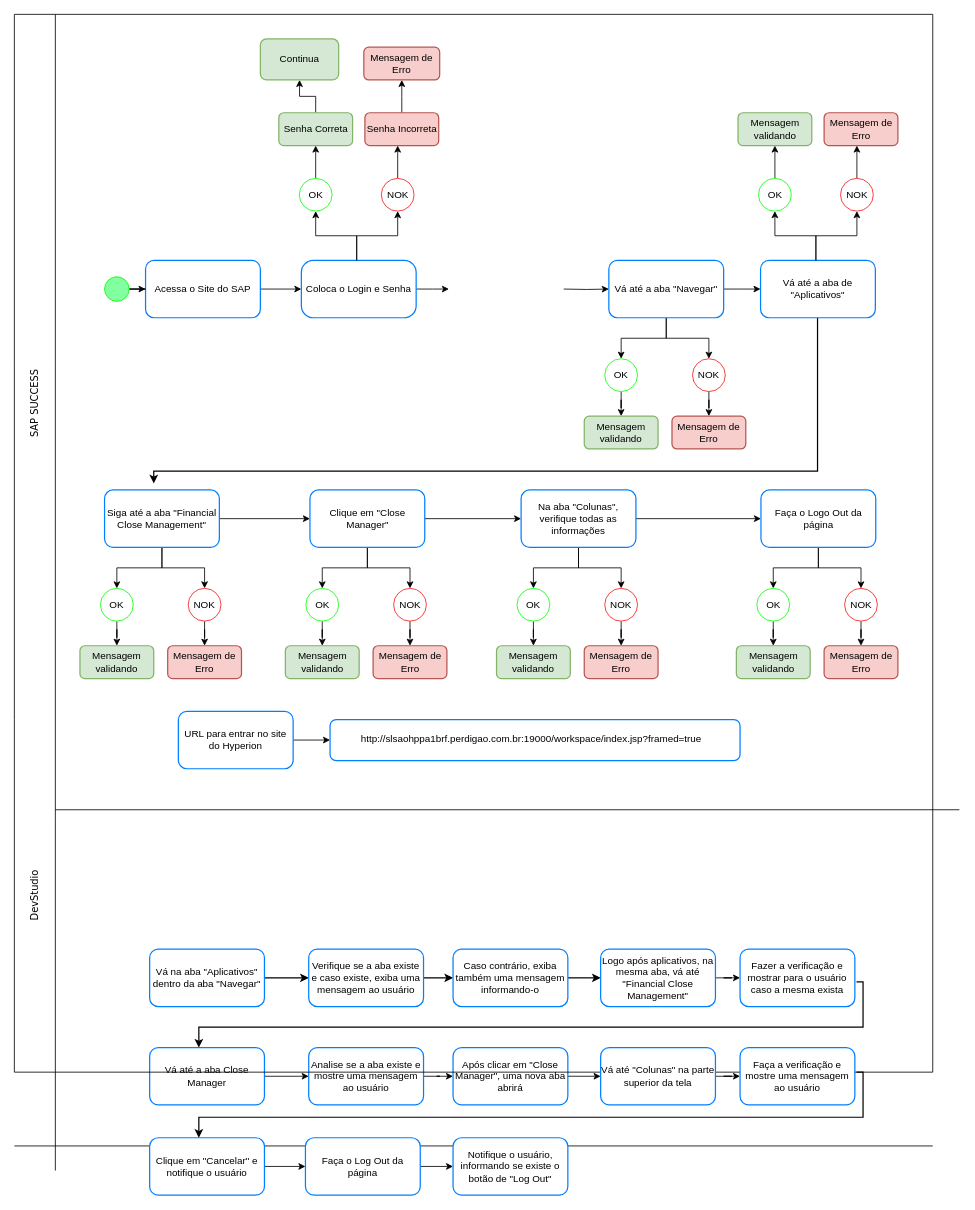
Earlier version of the draw.io diagram Diagrama detalhado - RCT087.drawio (leopartika/Meus-Projetos). Source tidied: cells renumbered, new cells numbered last; positions are measured from the earlier drawing's top-left corner, leaving out a move shared by most shapes. Both pictures are drawn from the tidied source at 82%, with x=0, y=0 at pixel (-11, 14).
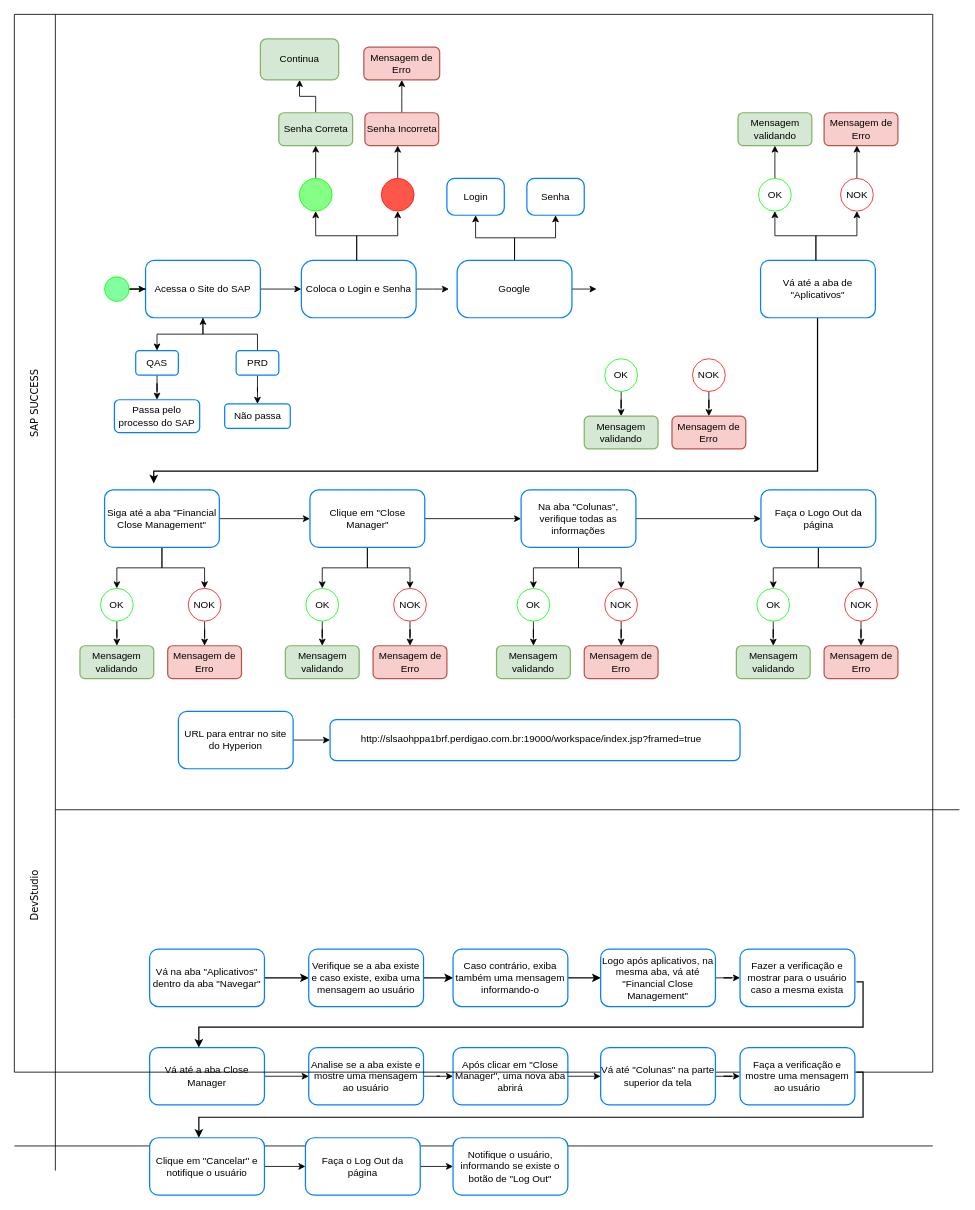
The same page after the edit.

Unchanged cells that the change refers to:
```xml
<mxCell id="4" value="Acessa o Site do SAP" style="rounded=1;whiteSpace=wrap;html=1;strokeColor=#007FFF;strokeWidth=1.5;" parent="1" vertex="1">
  <mxGeometry x="190" y="300" width="140" height="70" as="geometry" />
</mxCell>
```

The edit, as a diff of the source:
```diff
@@
+    <mxCell id="122" style="edgeStyle=orthogonalEdgeStyle;rounded=0;jettySize=auto;html=1;" parent="1" edge="1" source="4" target="124">
+      <mxGeometry relative="1" as="geometry" />
+    </mxCell>
@@
-    <mxCell id="7" style="edgeStyle=orthogonalEdgeStyle;rounded=0;jettySize=auto;html=1;" parent="1" edge="1" target="12">
-      <mxGeometry relative="1" as="geometry">
-        <mxPoint x="700" y="335" as="sourcePoint" />
-      </mxGeometry>
-    </mxCell>
@@
-    <mxCell id="9" style="edgeStyle=orthogonalEdgeStyle;rounded=0;jettySize=auto;html=1;entryX=0.5;entryY=0;entryDx=0;entryDy=0;" parent="1" edge="1" source="12" target="68">
-      <mxGeometry relative="1" as="geometry">
-        <Array as="points">
-          <mxPoint x="825" y="395" />
-          <mxPoint x="770" y="395" />
-        </Array>
-      </mxGeometry>
-    </mxCell>
-    <mxCell id="10" style="edgeStyle=orthogonalEdgeStyle;rounded=0;jettySize=auto;html=1;" parent="1" edge="1" source="12">
-      <mxGeometry relative="1" as="geometry">
-        <mxPoint x="940" y="335" as="targetPoint" />
-      </mxGeometry>
-    </mxCell>
-    <mxCell id="11" style="edgeStyle=orthogonalEdgeStyle;rounded=0;jettySize=auto;html=1;" parent="1" edge="1" source="12" target="70">
-      <mxGeometry relative="1" as="geometry" />
-    </mxCell>
-    <mxCell id="12" value="Vá até a aba &quot;Navegar&quot;" style="rounded=1;whiteSpace=wrap;html=1;strokeColor=#007FFF;strokeWidth=1.5;" parent="1" vertex="1">
-      <mxGeometry x="755" y="300" width="140" height="70" as="geometry" />
-    </mxCell>
@@
-    <mxCell id="59" value="OK" style="ellipse;whiteSpace=wrap;html=1;strokeColor=#0aff0a;" parent="1" vertex="1">
+    <mxCell id="59" style="ellipse;whiteSpace=wrap;html=1;strokeColor=#0aff0a;fillColor=#85FF85;" parent="1" vertex="1">
       <mxGeometry x="377.5" y="200" width="40" height="40" as="geometry" />
     </mxCell>
@@
-    <mxCell id="64" value="NOK" style="ellipse;whiteSpace=wrap;html=1;strokeColor=#f71818;" parent="1" vertex="1">
+    <mxCell id="64" style="ellipse;whiteSpace=wrap;html=1;strokeColor=#f71818;fillColor=#FF564A;" parent="1" vertex="1">
       <mxGeometry x="477.5" y="200" width="40" height="40" as="geometry" />
     </mxCell>
@@
-    <mxCell id="67" style="edgeStyle=orthogonalEdgeStyle;rounded=0;jettySize=auto;html=1;" parent="1" edge="1" source="68" target="71">
-      <mxGeometry relative="1" as="geometry" />
-    </mxCell>
-    <mxCell id="68" value="OK" style="ellipse;whiteSpace=wrap;html=1;strokeColor=#0aff0a;" parent="1" vertex="1">
-      <mxGeometry x="750" y="420" width="40" height="40" as="geometry" />
-    </mxCell>
-    <mxCell id="69" style="edgeStyle=orthogonalEdgeStyle;rounded=0;jettySize=auto;html=1;" parent="1" edge="1" source="70" target="72">
-      <mxGeometry relative="1" as="geometry" />
-    </mxCell>
-    <mxCell id="70" value="NOK" style="ellipse;whiteSpace=wrap;html=1;strokeColor=#f71818;" parent="1" vertex="1">
-      <mxGeometry x="857" y="420" width="40" height="40" as="geometry" />
-    </mxCell>
-    <mxCell id="71" value="Mensagem validando" style="whiteSpace=wrap;html=1;strokeColor=#82b366;rounded=1;strokeWidth=1.5;fillColor=#d5e8d4;" parent="1" vertex="1">
-      <mxGeometry x="725" y="490" width="90" height="40" as="geometry" />
-    </mxCell>
-    <mxCell id="72" value="Mensagem de Erro" style="whiteSpace=wrap;html=1;strokeColor=#b85450;rounded=1;strokeWidth=1.5;fillColor=#f8cecc;" parent="1" vertex="1">
-      <mxGeometry x="832" y="490" width="90" height="40" as="geometry" />
-    </mxCell>
@@
+    <mxCell id="123" style="edgeStyle=orthogonalEdgeStyle;rounded=0;jettySize=auto;html=1;" parent="1" edge="1" source="124" target="128">
+      <mxGeometry relative="1" as="geometry" />
+    </mxCell>
+    <mxCell id="124" value="QAS" style="whiteSpace=wrap;html=1;strokeColor=#007FFF;rounded=1;strokeWidth=1.5;" parent="1" vertex="1">
+      <mxGeometry x="178" y="410" width="52" height="30" as="geometry" />
+    </mxCell>
+    <mxCell id="125" style="edgeStyle=orthogonalEdgeStyle;rounded=0;jettySize=auto;html=1;entryX=0.5;entryY=1;entryDx=0;entryDy=0;" parent="1" edge="1" source="127" target="4">
+      <mxGeometry relative="1" as="geometry" />
+    </mxCell>
+    <mxCell id="126" style="edgeStyle=orthogonalEdgeStyle;rounded=0;jettySize=auto;html=1;" parent="1" edge="1" source="127" target="129">
+      <mxGeometry relative="1" as="geometry" />
+    </mxCell>
+    <mxCell id="127" value="PRD" style="whiteSpace=wrap;html=1;strokeColor=#007FFF;rounded=1;strokeWidth=1.5;" parent="1" vertex="1">
+      <mxGeometry x="300.5" y="410" width="52" height="30" as="geometry" />
+    </mxCell>
+    <mxCell id="128" value="Passa pelo processo do SAP" style="whiteSpace=wrap;html=1;strokeColor=#007FFF;rounded=1;strokeWidth=1.5;" parent="1" vertex="1">
+      <mxGeometry x="152" y="470" width="104" height="40" as="geometry" />
+    </mxCell>
+    <mxCell id="129" value="Não passa" style="whiteSpace=wrap;html=1;strokeColor=#007FFF;rounded=1;strokeWidth=1.5;" parent="1" vertex="1">
+      <mxGeometry x="286.5" y="475" width="80" height="30" as="geometry" />
+    </mxCell>
+    <mxCell id="130" style="edgeStyle=orthogonalEdgeStyle;rounded=0;jettySize=auto;html=1;" parent="1" edge="1" source="133">
+      <mxGeometry relative="1" as="geometry">
+        <mxPoint x="740" y="335" as="targetPoint" />
+      </mxGeometry>
+    </mxCell>
+    <mxCell id="131" style="edgeStyle=orthogonalEdgeStyle;rounded=0;jettySize=auto;html=1;" parent="1" edge="1" source="133" target="134">
+      <mxGeometry relative="1" as="geometry" />
+    </mxCell>
+    <mxCell id="132" style="edgeStyle=orthogonalEdgeStyle;rounded=0;jettySize=auto;html=1;entryX=0.5;entryY=1;entryDx=0;entryDy=0;" parent="1" edge="1" source="133" target="135">
+      <mxGeometry relative="1" as="geometry" />
+    </mxCell>
+    <mxCell id="133" value="Google" style="rounded=1;whiteSpace=wrap;html=1;strokeColor=#007FFF;strokeWidth=1.5;arcSize=21;" parent="1" vertex="1">
+      <mxGeometry x="570" y="300" width="140" height="70" as="geometry" />
+    </mxCell>
+    <mxCell id="134" value="Login" style="whiteSpace=wrap;html=1;strokeColor=#007FFF;rounded=1;strokeWidth=1.5;arcSize=21;" parent="1" vertex="1">
+      <mxGeometry x="557.5" y="200" width="70" height="45" as="geometry" />
+    </mxCell>
+    <mxCell id="135" value="Senha" style="whiteSpace=wrap;html=1;strokeColor=#007FFF;rounded=1;strokeWidth=1.5;arcSize=21;" parent="1" vertex="1">
+      <mxGeometry x="655" y="200" width="70" height="45" as="geometry" />
+    </mxCell>
+    <mxCell id="67" style="edgeStyle=orthogonalEdgeStyle;rounded=0;jettySize=auto;html=1;" parent="1" edge="1" source="68" target="71">
+      <mxGeometry relative="1" as="geometry" />
+    </mxCell>
+    <mxCell id="68" value="OK" style="ellipse;whiteSpace=wrap;html=1;strokeColor=#0aff0a;" parent="1" vertex="1">
+      <mxGeometry x="750" y="420" width="40" height="40" as="geometry" />
+    </mxCell>
+    <mxCell id="69" style="edgeStyle=orthogonalEdgeStyle;rounded=0;jettySize=auto;html=1;" parent="1" edge="1" source="70" target="72">
+      <mxGeometry relative="1" as="geometry" />
+    </mxCell>
+    <mxCell id="70" value="NOK" style="ellipse;whiteSpace=wrap;html=1;strokeColor=#f71818;" parent="1" vertex="1">
+      <mxGeometry x="857" y="420" width="40" height="40" as="geometry" />
+    </mxCell>
+    <mxCell id="71" value="Mensagem validando" style="whiteSpace=wrap;html=1;strokeColor=#82b366;rounded=1;strokeWidth=1.5;fillColor=#d5e8d4;" parent="1" vertex="1">
+      <mxGeometry x="725" y="490" width="90" height="40" as="geometry" />
+    </mxCell>
+    <mxCell id="72" value="Mensagem de Erro" style="whiteSpace=wrap;html=1;strokeColor=#b85450;rounded=1;strokeWidth=1.5;fillColor=#f8cecc;" parent="1" vertex="1">
+      <mxGeometry x="832" y="490" width="90" height="40" as="geometry" />
+    </mxCell>
```
